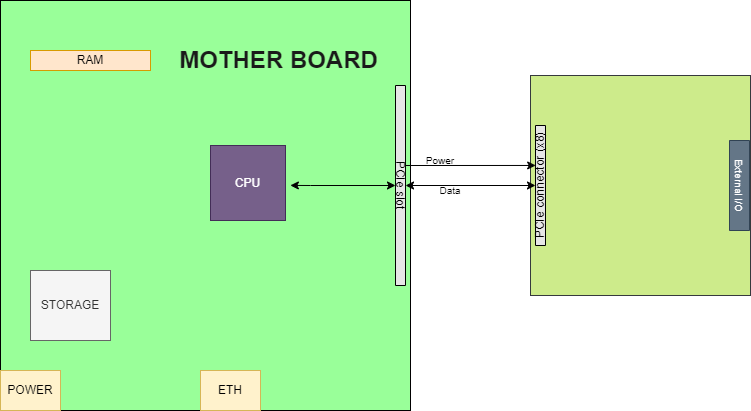
Above: Motherboard Integration.drawio.png in belanasaikiran/FlowCharts (draw.io), before the change. Source tidied: cells renumbered, new cells last; positions are measured from the earlier drawing's top-left corner, leaving out a move shared by most shapes.
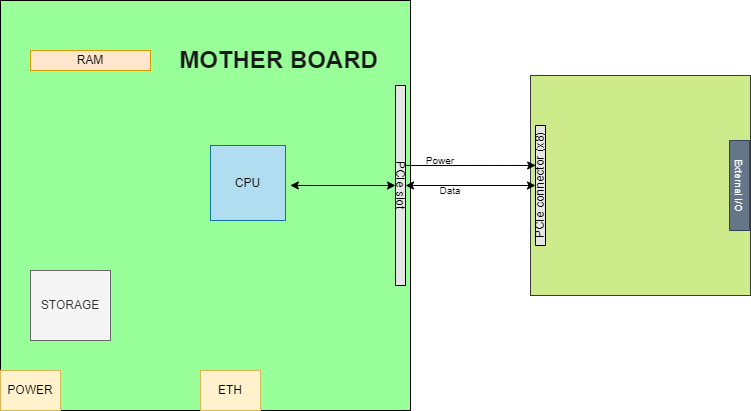
After the change.

Diff of the diagram source:
```diff
@@ -5,7 +5,7 @@
     <mxCell id="2" style="whiteSpace=wrap;html=1;fillColor=#99FF99;" parent="1" vertex="1">
       <mxGeometry width="410" height="410" as="geometry" />
     </mxCell>
-    <mxCell id="3" value="CPU" style="whiteSpace=wrap;html=1;fillColor=#76608a;strokeColor=#432D57;fontColor=#ffffff;" parent="1" vertex="1">
+    <mxCell id="3" value="CPU" style="whiteSpace=wrap;html=1;fillColor=#b1ddf0;strokeColor=#10739e;" parent="1" vertex="1">
       <mxGeometry x="210" y="145" width="75" height="75" as="geometry" />
     </mxCell>
     <mxCell id="4" value="PCIe slot" style="rounded=0;whiteSpace=wrap;html=1;fillColor=#E6E6E6;direction=west;rotation=90;" parent="1" vertex="1">
```
